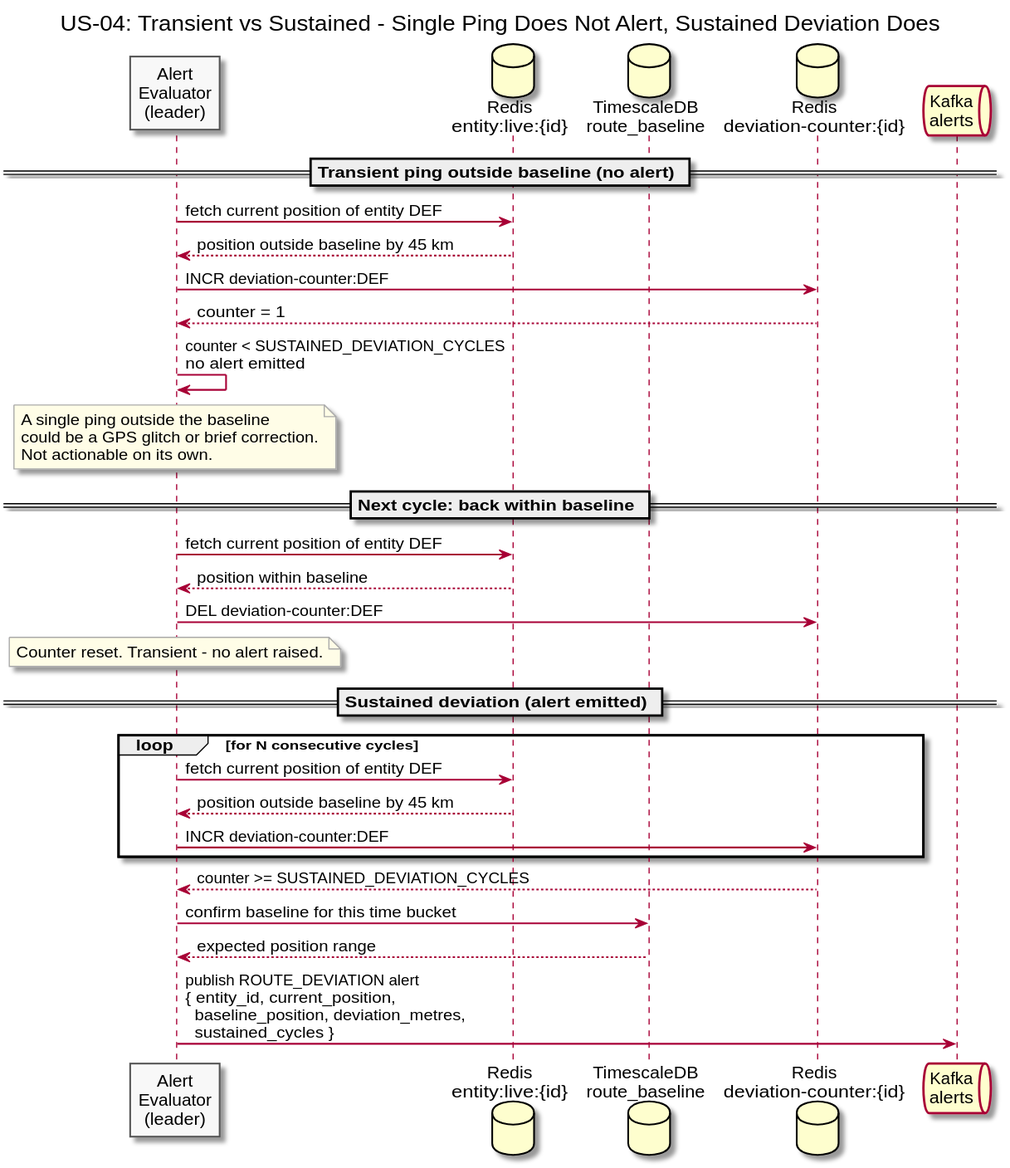
Above: diagrams/docs/use-cases/US-04-route-deviation-alert/transient-vs-sustained.svg in Buffden/sentinel (PlantUML), before the change.
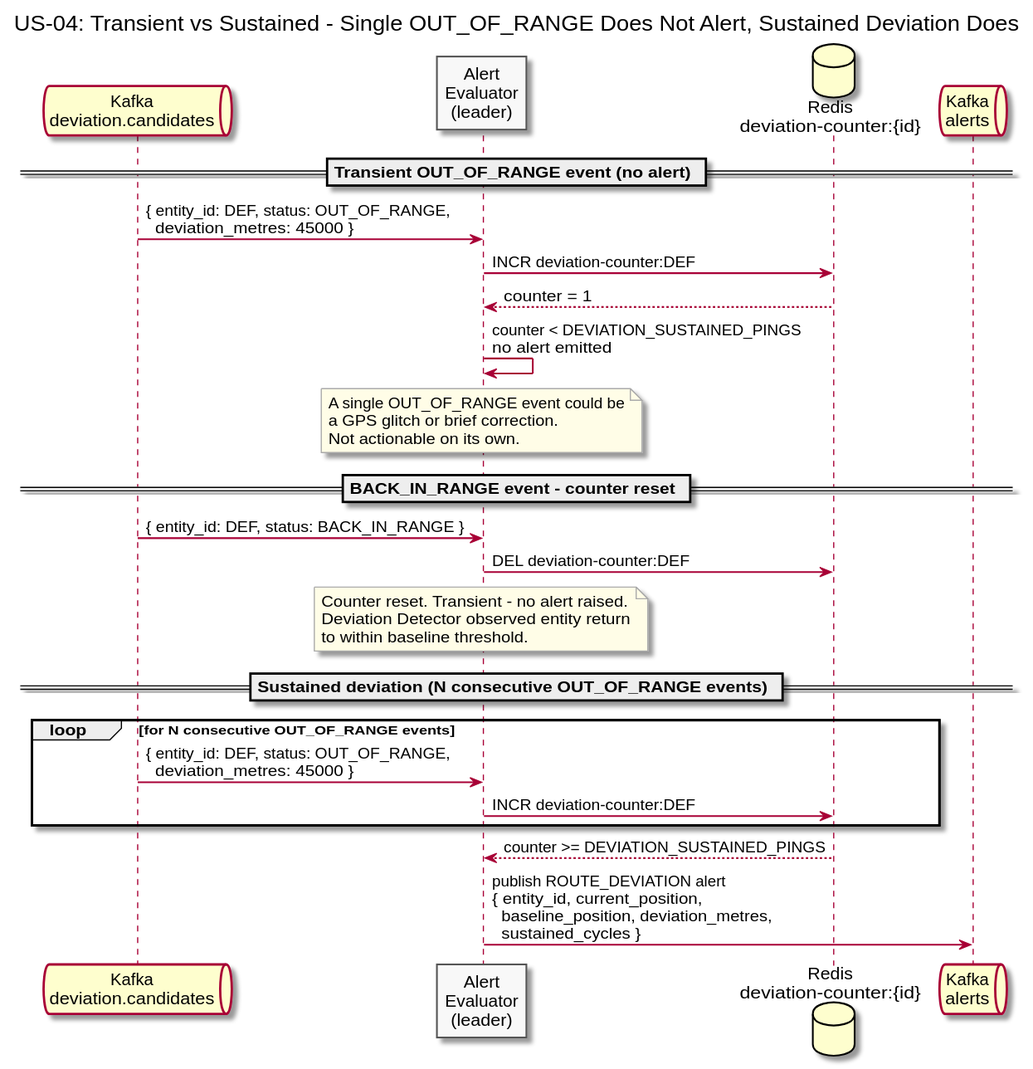
Above is the later version.

The edit, as a diff of the source:
```diff
@@ -1,5 +1,5 @@
 @startuml transient-vs-sustained
-title US-04: Transient vs Sustained - Single Ping Does Not Alert, Sustained Deviation Does
+title US-04: Transient vs Sustained - Single OUT_OF_RANGE Does Not Alert, Sustained Deviation Does
 
 skinparam sequenceArrowThickness 1.5
 skinparam participantBorderColor #555555
@@ -7,50 +7,45 @@
 skinparam noteBorderColor #AAAAAA
 skinparam noteBackgroundColor #FFFDE7
 
+queue "Kafka\ndeviation.candidates" as DevCandKafka
 participant "Alert\nEvaluator\n(leader)" as Evaluator
-database "Redis\nentity:live:{id}" as Redis
-database "TimescaleDB\nroute_baseline" as Baseline
 database "Redis\ndeviation-counter:{id}" as DevState
 queue "Kafka\nalerts" as Kafka
 
-== Transient ping outside baseline (no alert) ==
+== Transient OUT_OF_RANGE event (no alert) ==
 
-Evaluator -> Redis : fetch current position of entity DEF
-Redis --> Evaluator : position outside baseline by 45 km
+DevCandKafka -> Evaluator : { entity_id: DEF, status: OUT_OF_RANGE,\n  deviation_metres: 45000 }
 
 Evaluator -> DevState : INCR deviation-counter:DEF
 DevState --> Evaluator : counter = 1
 
-Evaluator -> Evaluator : counter < SUSTAINED_DEVIATION_CYCLES\nno alert emitted
+Evaluator -> Evaluator : counter < DEVIATION_SUSTAINED_PINGS\nno alert emitted
 
 note over Evaluator
-  A single ping outside the baseline
-  could be a GPS glitch or brief correction.
+  A single OUT_OF_RANGE event could be
+  a GPS glitch or brief correction.
   Not actionable on its own.
 end note
 
-== Next cycle: back within baseline ==
+== BACK_IN_RANGE event - counter reset ==
 
-Evaluator -> Redis : fetch current position of entity DEF
-Redis --> Evaluator : position within baseline
+DevCandKafka -> Evaluator : { entity_id: DEF, status: BACK_IN_RANGE }
 
 Evaluator -> DevState : DEL deviation-counter:DEF
 note over Evaluator
   Counter reset. Transient - no alert raised.
+  Deviation Detector observed entity return
+  to within baseline threshold.
 end note
 
-== Sustained deviation (alert emitted) ==
+== Sustained deviation (N consecutive OUT_OF_RANGE events) ==
 
-loop for N consecutive cycles
-  Evaluator -> Redis : fetch current position of entity DEF
-  Redis --> Evaluator : position outside baseline by 45 km
+loop for N consecutive OUT_OF_RANGE events
+  DevCandKafka -> Evaluator : { entity_id: DEF, status: OUT_OF_RANGE,\n  deviation_metres: 45000 }
   Evaluator -> DevState : INCR deviation-counter:DEF
 end
 
-DevState --> Evaluator : counter >= SUSTAINED_DEVIATION_CYCLES
-
-Evaluator -> Baseline : confirm baseline for this time bucket
-Baseline --> Evaluator : expected position range
+DevState --> Evaluator : counter >= DEVIATION_SUSTAINED_PINGS
 
 Evaluator -> Kafka : publish ROUTE_DEVIATION alert\n{ entity_id, current_position,\n  baseline_position, deviation_metres,\n  sustained_cycles }
 
```
